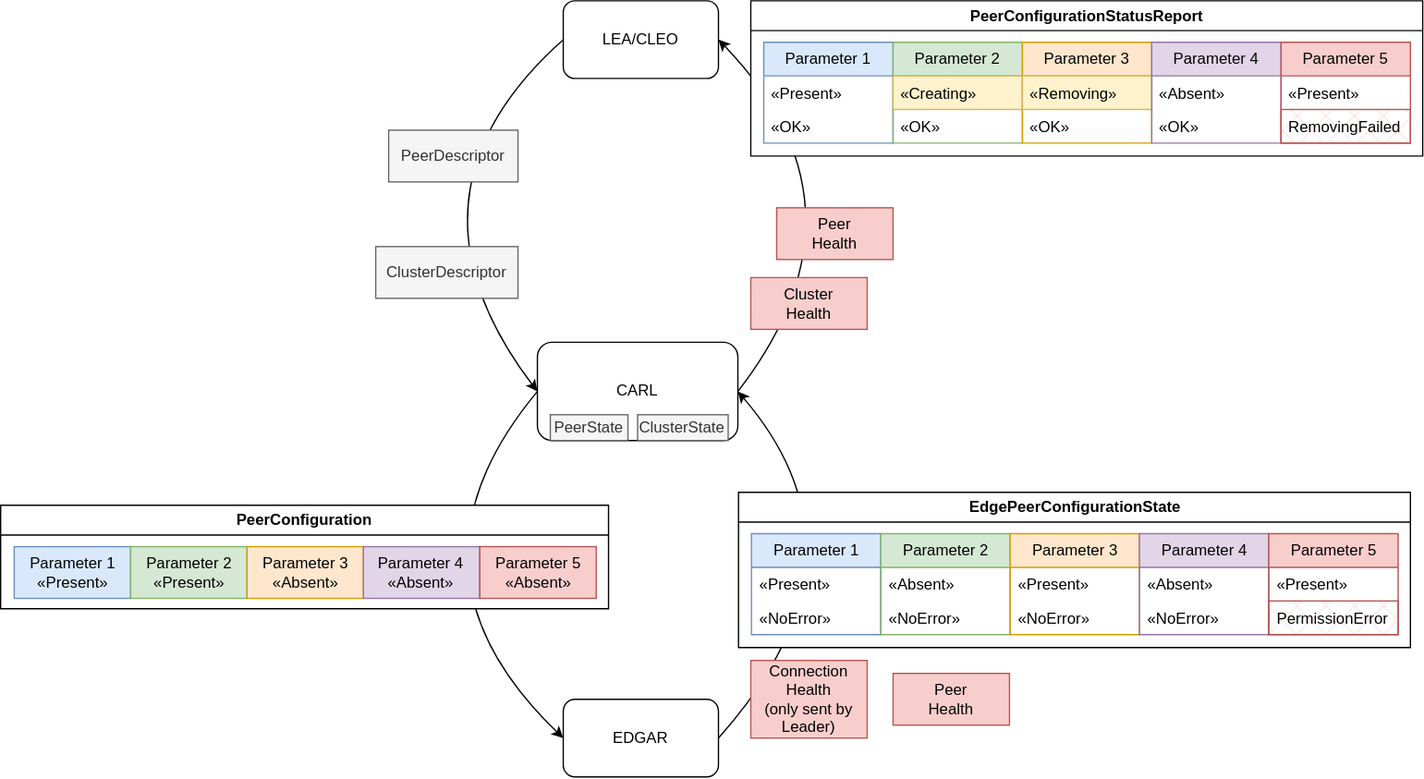
Before: doc/src/architecture/carl/peer/img/peer-state-configuration.svg, a diagram exported from draw.io (eclipse-opendut/opendut). Source tidied: cells renumbered, new cells last; positions are measured from the earlier drawing's top-left corner, leaving out a move shared by most shapes.
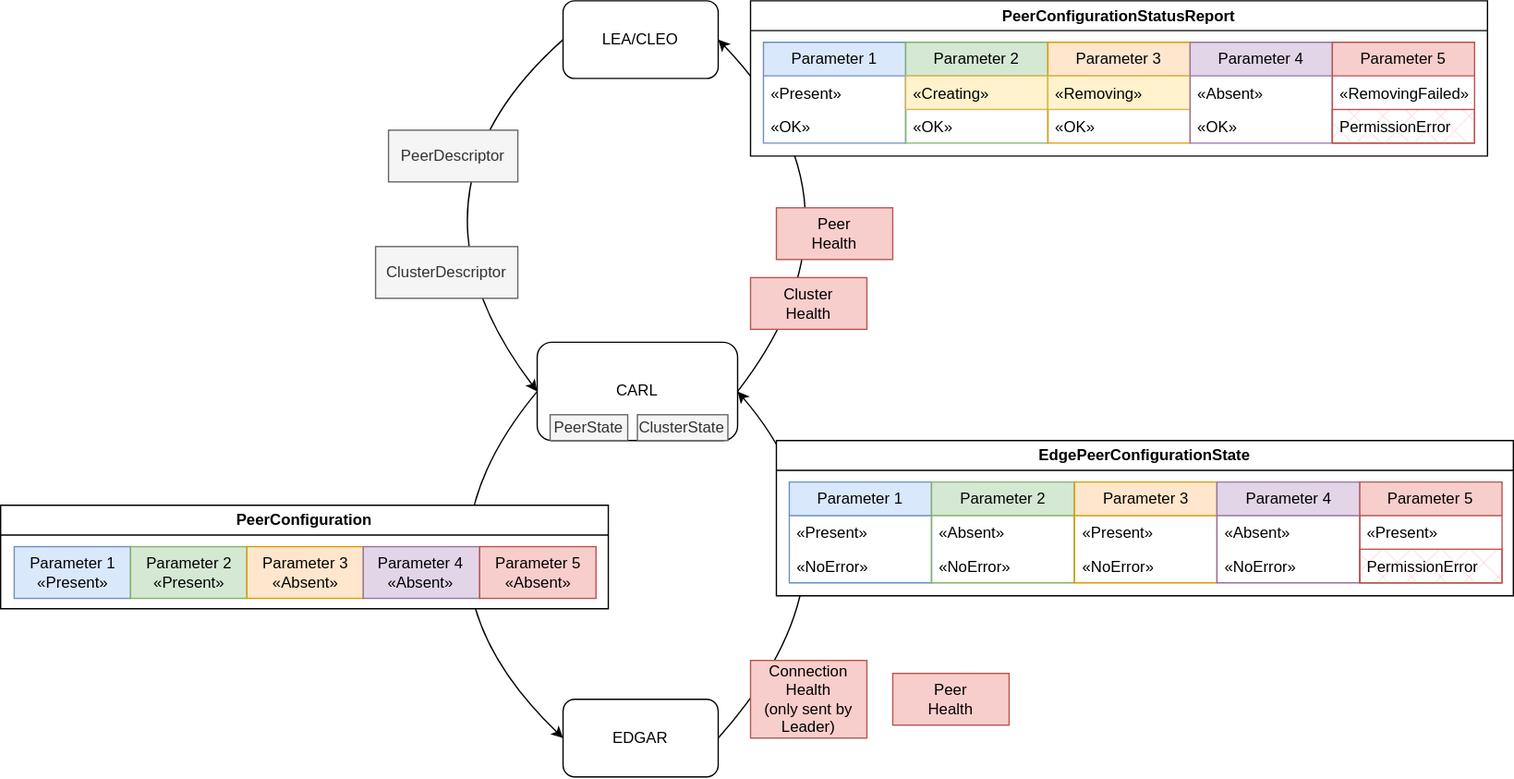
After the change.

Diff of the diagram source:
```diff
@@ -64,52 +64,52 @@
       <mxGeometry x="370.5" y="32" width="90" height="40" as="geometry" />
     </mxCell>
     <mxCell id="17" value="EdgePeerConfigurationState" style="swimlane;whiteSpace=wrap;html=1;fixDash=0;swimlaneFillColor=default;" parent="1" vertex="1">
-      <mxGeometry x="570.5" y="380" width="519.5" height="120" as="geometry" />
+      <mxGeometry x="600" y="340" width="570" height="120" as="geometry" />
     </mxCell>
     <mxCell id="18" value="Parameter 1" style="swimlane;fontStyle=0;horizontal=1;startSize=26;fillColor=#dae8fc;whiteSpace=wrap;html=1;strokeColor=#6c8ebf;" parent="17" vertex="1">
-      <mxGeometry x="10" y="32" width="100" height="78" as="geometry" />
+      <mxGeometry x="10" y="32" width="110" height="78" as="geometry" />
     </mxCell>
     <mxCell id="19" value="«Present»" style="text;strokeColor=none;fillColor=none;align=left;verticalAlign=top;spacingLeft=4;spacingRight=4;overflow=hidden;whiteSpace=wrap;html=1;" parent="18" vertex="1">
-      <mxGeometry y="26" width="100" height="26" as="geometry" />
+      <mxGeometry y="26" width="110" height="26" as="geometry" />
     </mxCell>
     <mxCell id="20" value="«NoError»" style="text;strokeColor=none;fillColor=none;align=left;verticalAlign=top;spacingLeft=4;spacingRight=4;overflow=hidden;whiteSpace=wrap;html=1;" parent="18" vertex="1">
-      <mxGeometry y="52" width="100" height="26" as="geometry" />
+      <mxGeometry y="52" width="110" height="26" as="geometry" />
     </mxCell>
     <mxCell id="21" value="Parameter 2" style="swimlane;fontStyle=0;horizontal=1;startSize=26;fillColor=#d5e8d4;whiteSpace=wrap;html=1;strokeColor=#82b366;" parent="17" vertex="1">
-      <mxGeometry x="110" y="32" width="100" height="78" as="geometry" />
+      <mxGeometry x="120" y="32" width="110.5" height="78" as="geometry" />
     </mxCell>
     <mxCell id="22" value="«Absent»" style="text;strokeColor=none;fillColor=none;align=left;verticalAlign=top;spacingLeft=4;spacingRight=4;overflow=hidden;whiteSpace=wrap;html=1;" parent="21" vertex="1">
-      <mxGeometry y="26" width="100" height="26" as="geometry" />
+      <mxGeometry y="26" width="110.5" height="26" as="geometry" />
     </mxCell>
     <mxCell id="23" value="«NoError»" style="text;strokeColor=none;fillColor=none;align=left;verticalAlign=top;spacingLeft=4;spacingRight=4;overflow=hidden;whiteSpace=wrap;html=1;" parent="21" vertex="1">
-      <mxGeometry y="52" width="100" height="26" as="geometry" />
+      <mxGeometry y="52" width="110.5" height="26" as="geometry" />
     </mxCell>
     <mxCell id="24" value="Parameter 3" style="swimlane;fontStyle=0;horizontal=1;startSize=26;fillColor=#ffe6cc;whiteSpace=wrap;html=1;strokeColor=#d79b00;" parent="17" vertex="1">
-      <mxGeometry x="210" y="32" width="100" height="78" as="geometry" />
+      <mxGeometry x="230.5" y="32" width="110.2" height="78" as="geometry" />
     </mxCell>
     <mxCell id="25" value="«Present»" style="text;strokeColor=none;fillColor=none;align=left;verticalAlign=top;spacingLeft=4;spacingRight=4;overflow=hidden;whiteSpace=wrap;html=1;" parent="24" vertex="1">
-      <mxGeometry y="26" width="100" height="26" as="geometry" />
+      <mxGeometry y="26" width="110.2" height="26" as="geometry" />
     </mxCell>
     <mxCell id="26" value="«NoError»" style="text;strokeColor=none;fillColor=none;align=left;verticalAlign=top;spacingLeft=4;spacingRight=4;overflow=hidden;whiteSpace=wrap;html=1;" parent="24" vertex="1">
-      <mxGeometry y="52" width="100" height="26" as="geometry" />
+      <mxGeometry y="52" width="110.2" height="26" as="geometry" />
     </mxCell>
     <mxCell id="27" value="Parameter 4" style="swimlane;fontStyle=0;horizontal=1;startSize=26;fillColor=#e1d5e7;whiteSpace=wrap;html=1;strokeColor=#9673a6;" parent="17" vertex="1">
-      <mxGeometry x="310" y="32" width="100" height="78" as="geometry" />
+      <mxGeometry x="340.8" y="32" width="110.5" height="78" as="geometry" />
     </mxCell>
     <mxCell id="28" value="«Absent»" style="text;strokeColor=none;fillColor=none;align=left;verticalAlign=top;spacingLeft=4;spacingRight=4;overflow=hidden;whiteSpace=wrap;html=1;" parent="27" vertex="1">
-      <mxGeometry y="26" width="100" height="26" as="geometry" />
+      <mxGeometry y="26" width="110.5" height="26" as="geometry" />
     </mxCell>
     <mxCell id="29" value="«NoError»" style="text;strokeColor=none;fillColor=none;align=left;verticalAlign=top;spacingLeft=4;spacingRight=4;overflow=hidden;whiteSpace=wrap;html=1;" parent="27" vertex="1">
-      <mxGeometry y="52" width="100" height="26" as="geometry" />
+      <mxGeometry y="52" width="110.5" height="26" as="geometry" />
     </mxCell>
     <mxCell id="30" value="Parameter 5" style="swimlane;fontStyle=0;horizontal=1;startSize=26;fillColor=#f8cecc;whiteSpace=wrap;html=1;strokeColor=#b85450;" parent="17" vertex="1">
-      <mxGeometry x="410" y="32" width="100" height="78" as="geometry" />
+      <mxGeometry x="451.2" y="32" width="110" height="78" as="geometry" />
     </mxCell>
     <mxCell id="31" value="«Present»" style="text;strokeColor=none;fillColor=none;align=left;verticalAlign=top;spacingLeft=4;spacingRight=4;overflow=hidden;whiteSpace=wrap;html=1;" parent="30" vertex="1">
-      <mxGeometry y="26" width="100" height="26" as="geometry" />
+      <mxGeometry y="26" width="110" height="26" as="geometry" />
     </mxCell>
     <mxCell id="32" value="PermissionError" style="text;strokeColor=#b85450;fillColor=#f8cecc;align=left;verticalAlign=top;spacingLeft=4;spacingRight=4;overflow=hidden;whiteSpace=wrap;html=1;fillStyle=cross-hatch;" parent="30" vertex="1">
-      <mxGeometry y="52" width="100" height="26" as="geometry" />
+      <mxGeometry y="52" width="110" height="26" as="geometry" />
     </mxCell>
     <mxCell id="33" value="PeerState" style="rounded=0;whiteSpace=wrap;html=1;fillColor=#f5f5f5;fontColor=#333333;strokeColor=#666666;" parent="1" vertex="1">
       <mxGeometry x="425" y="320" width="60" height="20" as="geometry" />
@@ -130,52 +130,52 @@
       <mxGeometry x="580" y="510" width="90" height="60" as="geometry" />
     </mxCell>
     <mxCell id="39" value="PeerConfigurationStatusReport" style="swimlane;whiteSpace=wrap;html=1;fixDash=0;swimlaneFillColor=default;" parent="1" vertex="1">
-      <mxGeometry x="580" width="519.5" height="120" as="geometry" />
+      <mxGeometry x="580" width="570" height="120" as="geometry" />
     </mxCell>
     <mxCell id="40" value="Parameter 1" style="swimlane;fontStyle=0;horizontal=1;startSize=26;fillColor=#dae8fc;whiteSpace=wrap;html=1;strokeColor=#6c8ebf;" parent="39" vertex="1">
-      <mxGeometry x="10" y="32" width="100" height="78" as="geometry" />
+      <mxGeometry x="10" y="32" width="110" height="78" as="geometry" />
     </mxCell>
     <mxCell id="41" value="«Present»" style="text;strokeColor=none;fillColor=none;align=left;verticalAlign=top;spacingLeft=4;spacingRight=4;overflow=hidden;whiteSpace=wrap;html=1;" parent="40" vertex="1">
-      <mxGeometry y="26" width="100" height="26" as="geometry" />
+      <mxGeometry y="26" width="110" height="26" as="geometry" />
     </mxCell>
     <mxCell id="42" value="«OK»" style="text;strokeColor=none;fillColor=none;align=left;verticalAlign=top;spacingLeft=4;spacingRight=4;overflow=hidden;whiteSpace=wrap;html=1;" parent="40" vertex="1">
-      <mxGeometry y="52" width="100" height="26" as="geometry" />
+      <mxGeometry y="52" width="110" height="26" as="geometry" />
     </mxCell>
     <mxCell id="43" value="Parameter 2" style="swimlane;fontStyle=0;horizontal=1;startSize=26;fillColor=#d5e8d4;whiteSpace=wrap;html=1;strokeColor=#82b366;" parent="39" vertex="1">
-      <mxGeometry x="110" y="32" width="100" height="78" as="geometry" />
+      <mxGeometry x="120" y="32" width="110" height="78" as="geometry" />
     </mxCell>
     <mxCell id="44" value="«Creating»" style="text;strokeColor=#d6b656;fillColor=#fff2cc;align=left;verticalAlign=top;spacingLeft=4;spacingRight=4;overflow=hidden;whiteSpace=wrap;html=1;fillStyle=solid;" parent="43" vertex="1">
-      <mxGeometry y="26" width="100" height="26" as="geometry" />
+      <mxGeometry y="26" width="110" height="26" as="geometry" />
     </mxCell>
     <mxCell id="45" value="«OK»" style="text;strokeColor=none;fillColor=none;align=left;verticalAlign=top;spacingLeft=4;spacingRight=4;overflow=hidden;whiteSpace=wrap;html=1;" parent="43" vertex="1">
-      <mxGeometry y="52" width="100" height="26" as="geometry" />
+      <mxGeometry y="52" width="110" height="26" as="geometry" />
     </mxCell>
     <mxCell id="46" value="Parameter 3" style="swimlane;fontStyle=0;horizontal=1;startSize=26;fillColor=#ffe6cc;whiteSpace=wrap;html=1;strokeColor=#d79b00;" parent="39" vertex="1">
-      <mxGeometry x="210" y="32" width="100" height="78" as="geometry" />
+      <mxGeometry x="230" y="32" width="110" height="78" as="geometry" />
     </mxCell>
     <mxCell id="47" value="«Removing»" style="text;strokeColor=#d6b656;fillColor=#fff2cc;align=left;verticalAlign=top;spacingLeft=4;spacingRight=4;overflow=hidden;whiteSpace=wrap;html=1;" parent="46" vertex="1">
-      <mxGeometry y="26" width="100" height="26" as="geometry" />
+      <mxGeometry y="26" width="110" height="26" as="geometry" />
     </mxCell>
     <mxCell id="48" value="«OK»" style="text;strokeColor=none;fillColor=none;align=left;verticalAlign=top;spacingLeft=4;spacingRight=4;overflow=hidden;whiteSpace=wrap;html=1;" parent="46" vertex="1">
-      <mxGeometry y="52" width="100" height="26" as="geometry" />
+      <mxGeometry y="52" width="110" height="26" as="geometry" />
     </mxCell>
     <mxCell id="49" value="Parameter 4" style="swimlane;fontStyle=0;horizontal=1;startSize=26;fillColor=#e1d5e7;whiteSpace=wrap;html=1;strokeColor=#9673a6;" parent="39" vertex="1">
-      <mxGeometry x="310" y="32" width="100" height="78" as="geometry" />
+      <mxGeometry x="340" y="32" width="110" height="78" as="geometry" />
     </mxCell>
     <mxCell id="50" value="«Absent»" style="text;strokeColor=none;fillColor=none;align=left;verticalAlign=top;spacingLeft=4;spacingRight=4;overflow=hidden;whiteSpace=wrap;html=1;" parent="49" vertex="1">
-      <mxGeometry y="26" width="100" height="26" as="geometry" />
+      <mxGeometry y="26" width="110" height="26" as="geometry" />
     </mxCell>
     <mxCell id="51" value="«OK»" style="text;strokeColor=none;fillColor=none;align=left;verticalAlign=top;spacingLeft=4;spacingRight=4;overflow=hidden;whiteSpace=wrap;html=1;" parent="49" vertex="1">
-      <mxGeometry y="52" width="100" height="26" as="geometry" />
+      <mxGeometry y="52" width="110" height="26" as="geometry" />
     </mxCell>
     <mxCell id="52" value="Parameter 5" style="swimlane;fontStyle=0;horizontal=1;startSize=26;fillColor=#f8cecc;whiteSpace=wrap;html=1;strokeColor=#b85450;" parent="39" vertex="1">
-      <mxGeometry x="410" y="32" width="100" height="78" as="geometry" />
+      <mxGeometry x="450" y="32" width="110" height="78" as="geometry" />
     </mxCell>
-    <mxCell id="53" value="«Present»" style="text;strokeColor=none;fillColor=none;align=left;verticalAlign=top;spacingLeft=4;spacingRight=4;overflow=hidden;whiteSpace=wrap;html=1;" parent="52" vertex="1">
-      <mxGeometry y="26" width="100" height="26" as="geometry" />
+    <mxCell id="53" value="«RemovingFailed&lt;span style=&quot;background-color: initial;&quot;&gt;»&lt;/span&gt;" style="text;strokeColor=none;fillColor=none;align=left;verticalAlign=top;spacingLeft=4;spacingRight=4;overflow=hidden;whiteSpace=wrap;html=1;" parent="52" vertex="1">
+      <mxGeometry y="26" width="110" height="26" as="geometry" />
     </mxCell>
-    <mxCell id="54" value="RemovingFailed" style="text;strokeColor=#b85450;fillColor=#f8cecc;align=left;verticalAlign=top;spacingLeft=4;spacingRight=4;overflow=hidden;whiteSpace=wrap;html=1;gradientColor=none;fillStyle=cross-hatch;" parent="52" vertex="1">
-      <mxGeometry y="52" width="100" height="26" as="geometry" />
+    <mxCell id="54" value="PermissionError" style="text;strokeColor=#b85450;fillColor=#f8cecc;align=left;verticalAlign=top;spacingLeft=4;spacingRight=4;overflow=hidden;whiteSpace=wrap;html=1;gradientColor=none;fillStyle=cross-hatch;" parent="52" vertex="1">
+      <mxGeometry y="52" width="110" height="26" as="geometry" />
     </mxCell>
   </root>
 </mxGraphModel>
```
